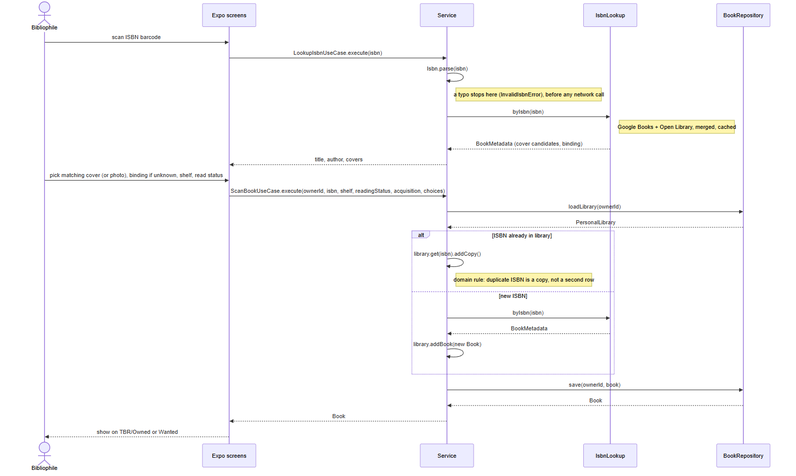
ghechavarria/cen5064-project-hechavarria keeps this Mermaid diagram as docs/design/figures/sequence-scan.png. Above is the earlier version. Its source is kept beside it as docs/design/diagrams/sequence-scan.mmd.
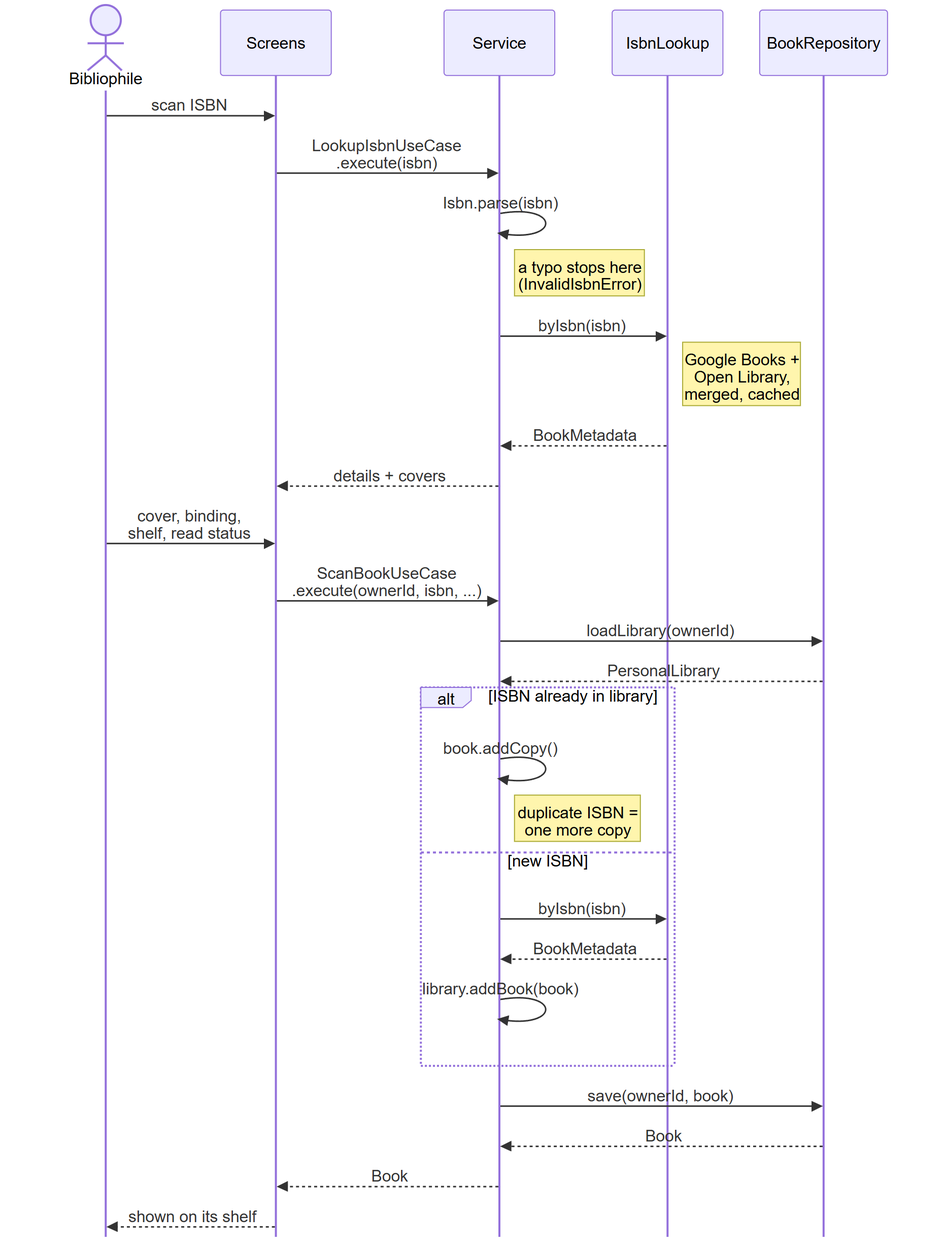
The same file after the commit.

Commit message:
Design doc: make the scan sequence diagram readable (3.2pt -> 7.1pt printed)

Long one-line messages and notes made the diagram 2214px wide, so its text printed at 3.2pt. Labels now break over two lines, the bottom actor row is dropped and margins are tighter (layout set in the .mmd), and the figure may use the full page height. Same steps and participants.

Refs #18

Diff of the diagram source:
```diff
@@ -1,30 +1,31 @@
+%%{init: {"sequence": {"mirrorActors": false, "messageMargin": 16, "actorMargin": 30, "boxMargin": 6, "noteMargin": 6, "width": 110}}}%%
 sequenceDiagram
     actor U as Bibliophile
-    participant UI as Expo screens
+    participant UI as Screens
     participant S as Service
     participant L as IsbnLookup
     participant R as BookRepository
-    U->>UI: scan ISBN barcode
-    UI->>S: LookupIsbnUseCase.execute(isbn)
+    U->>UI: scan ISBN
+    UI->>S: LookupIsbnUseCase<br/>.execute(isbn)
     S->>S: Isbn.parse(isbn)
-    Note right of S: a typo stops here (InvalidIsbnError), before any network call
+    Note right of S: a typo stops here<br/>(InvalidIsbnError)
     S->>L: byIsbn(isbn)
-    Note right of L: Google Books + Open Library, merged, cached
-    L-->>S: BookMetadata (cover candidates, binding)
-    S-->>UI: title, author, covers
-    U->>UI: pick matching cover (or photo), binding if unknown, shelf, read status
-    UI->>S: ScanBookUseCase.execute(ownerId, isbn, shelf, readingStatus, acquisition, choices)
+    Note right of L: Google Books +<br/>Open Library,<br/>merged, cached
+    L-->>S: BookMetadata
+    S-->>UI: details + covers
+    U->>UI: cover, binding,<br/>shelf, read status
+    UI->>S: ScanBookUseCase<br/>.execute(ownerId, isbn, ...)
     S->>R: loadLibrary(ownerId)
     R-->>S: PersonalLibrary
     alt ISBN already in library
-        S->>S: library.get(isbn).addCopy()
-        Note right of S: domain rule: duplicate ISBN is a copy, not a second row
+        S->>S: book.addCopy()
+        Note right of S: duplicate ISBN =<br/>one more copy
     else new ISBN
         S->>L: byIsbn(isbn)
         L-->>S: BookMetadata
-        S->>S: library.addBook(new Book)
+        S->>S: library.addBook(book)
     end
     S->>R: save(ownerId, book)
     R-->>S: Book
     S-->>UI: Book
-    UI-->>U: show on TBR/Owned or Wanted
+    UI-->>U: shown on its shelf
```
